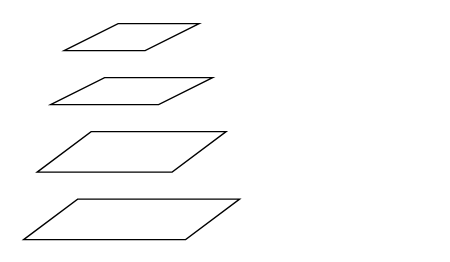
Above: FPN.drawio in Yvonne0413/HRNet-Fcos-disentangle (draw.io), before the change. Source tidied: cells renumbered, new cells numbered last; positions are measured from the earlier drawing's top-left corner, leaving out a move shared by most shapes. Both pictures are drawn from the tidied source at 135%, with x=0, y=0 at pixel (23, 23).
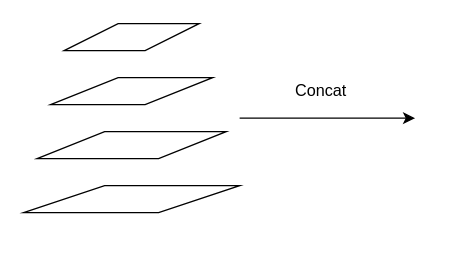
Above is the later version.

Diff of the diagram source:
```diff
@@
 <mxGraphModel>
   <root>
     <mxCell id="0" />
     <mxCell id="1" parent="0" />
-    <mxCell id="2" style="shape=parallelogram;perimeter=parallelogramPerimeter;whiteSpace=wrap;html=1;fixedSize=1;size=40;" parent="1" vertex="1">
+    <mxCell id="2" style="shape=parallelogram;perimeter=parallelogramPerimeter;whiteSpace=wrap;html=1;fixedSize=1;size=50;" parent="1" vertex="1">
       <mxGeometry x="20" y="40" width="120" height="20" as="geometry" />
     </mxCell>
     <mxCell id="3" style="shape=parallelogram;perimeter=parallelogramPerimeter;whiteSpace=wrap;html=1;fixedSize=1;size=40;" parent="1" vertex="1">
       <mxGeometry x="30" width="100" height="20" as="geometry" />
     </mxCell>
-    <mxCell id="4" style="shape=parallelogram;perimeter=parallelogramPerimeter;whiteSpace=wrap;html=1;fixedSize=1;size=40;" parent="1" vertex="1">
-      <mxGeometry x="10" y="80" width="140" height="30" as="geometry" />
+    <mxCell id="4" style="shape=parallelogram;perimeter=parallelogramPerimeter;whiteSpace=wrap;html=1;fixedSize=1;size=50;" parent="1" vertex="1">
+      <mxGeometry x="10" y="80" width="140" height="20" as="geometry" />
     </mxCell>
-    <mxCell id="5" style="shape=parallelogram;perimeter=parallelogramPerimeter;whiteSpace=wrap;html=1;fixedSize=1;size=40;" parent="1" vertex="1">
-      <mxGeometry y="130" width="160" height="30" as="geometry" />
+    <mxCell id="5" style="shape=parallelogram;perimeter=parallelogramPerimeter;whiteSpace=wrap;html=1;fixedSize=1;size=60;" parent="1" vertex="1">
+      <mxGeometry y="120" width="160" height="20" as="geometry" />
     </mxCell>
+    <mxCell id="6" style="endArrow=classic;html=1;exitX=1;exitY=0.5;exitDx=0;exitDy=0;" parent="1" edge="1">
+      <mxGeometry relative="1" as="geometry">
+        <mxPoint x="160" y="70" as="sourcePoint" />
+        <mxPoint x="290" y="70" as="targetPoint" />
+      </mxGeometry>
+    </mxCell>
+    <mxCell id="7" value="Concat" style="text;html=1;align=center;verticalAlign=middle;fillColor=none;strokeColor=none;rounded=0;" parent="1" vertex="1">
+      <mxGeometry x="195" y="40" width="50" height="20" as="geometry" />
+    </mxCell>
   </root>
 </mxGraphModel>
```
